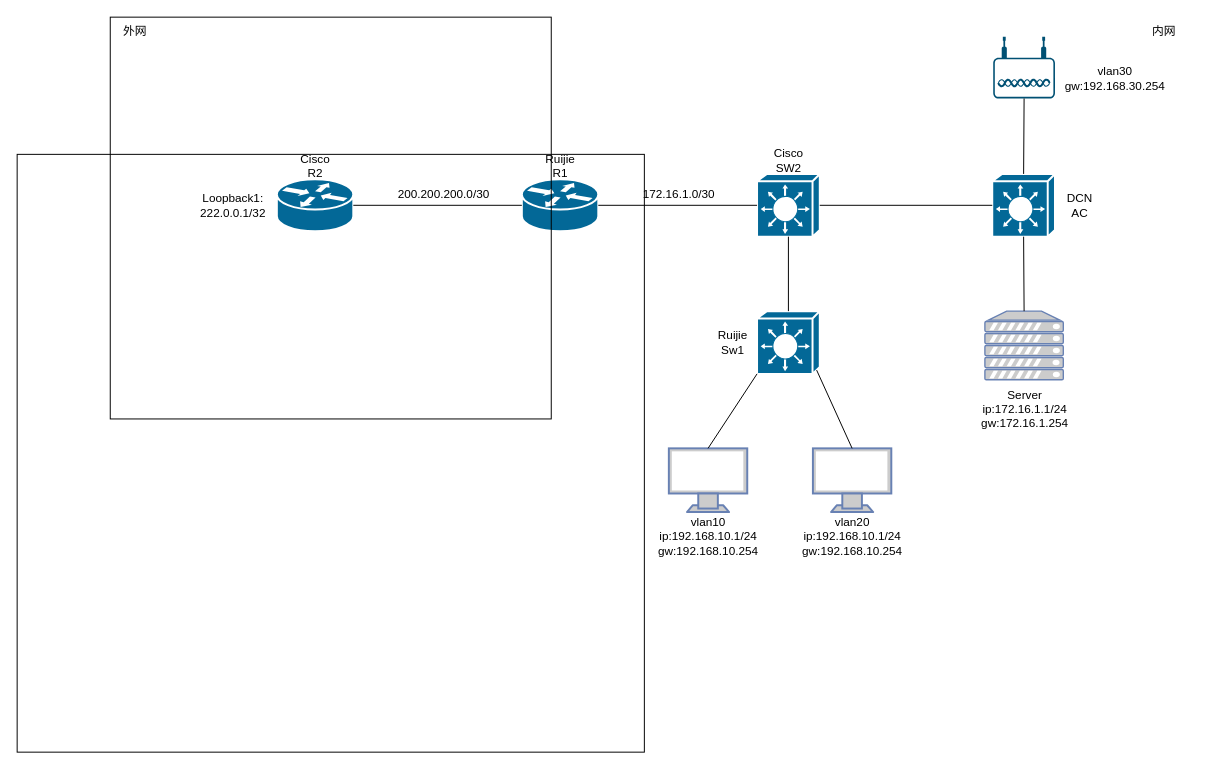
Earlier version of the draw.io diagram Network/top1.drawio (Naruterador/Networkt_topology). Source tidied: cells renumbered, new cells numbered last; positions are measured from the earlier drawing's top-left corner, leaving out a move shared by most shapes. Both pictures are drawn from the tidied source at 98%, with x=0, y=0 at pixel (17, 17).
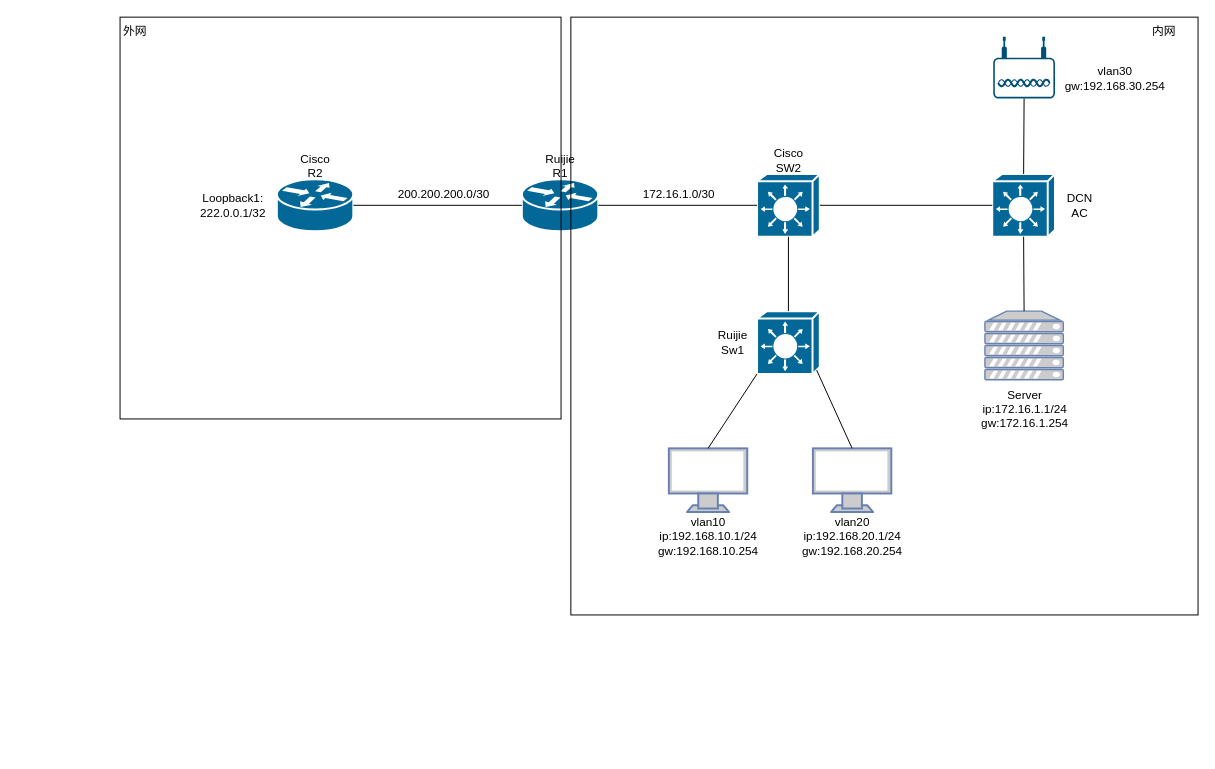
The same page after the edit.

What changed in the source:
```diff
@@
-    <mxCell id="19" value="vlan20&lt;br&gt;ip:192.168.10.1/24&lt;br&gt;gw:192.168.10.254" style="text;html=1;align=center;verticalAlign=middle;strokeColor=none;fillColor=none;" parent="1" vertex="1">
+    <mxCell id="19" value="vlan20&lt;br&gt;ip:192.168.20.1/24&lt;br&gt;gw:192.168.20.254" style="text;html=1;align=center;verticalAlign=middle;strokeColor=none;fillColor=none;" parent="1" vertex="1">
       <mxGeometry x="787" y="500" width="130" height="60" as="geometry" />
     </mxCell>
@@
     <mxCell id="31" style="rounded=0;whiteSpace=wrap;html=1;fillColor=none;" parent="1" vertex="1">
-      <mxGeometry y="140" width="640" height="610" as="geometry" />
+      <mxGeometry x="565" width="640" height="610" as="geometry" />
     </mxCell>
     <mxCell id="32" style="rounded=0;whiteSpace=wrap;html=1;fillColor=none;" parent="1" vertex="1">
-      <mxGeometry x="95" width="450" height="410" as="geometry" />
+      <mxGeometry x="105" width="450" height="410" as="geometry" />
     </mxCell>
```
